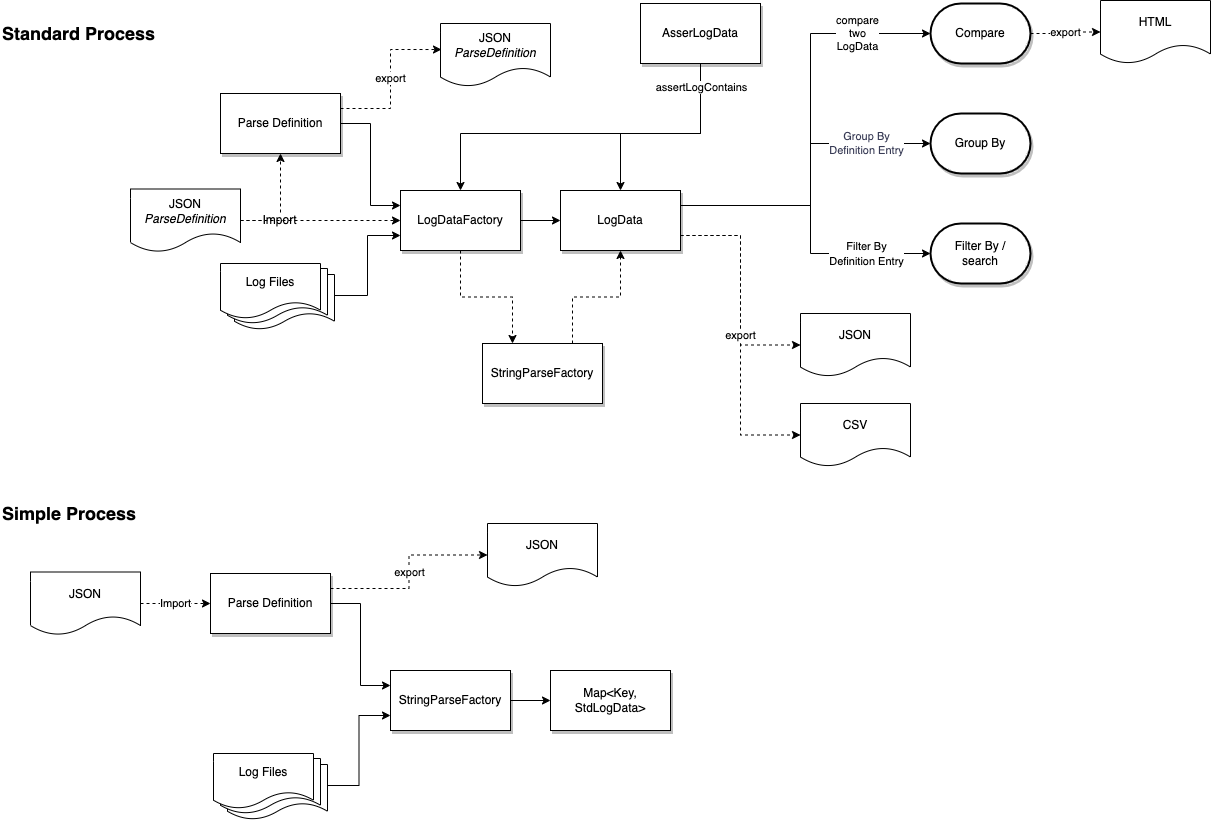
The draw.io diagram diagrams/Log_Parser-Processes.png in adobe/log-parser, before a commit. Source tidied: cells renumbered, new cells last; positions are measured from the earlier drawing's top-left corner, leaving out a move shared by most shapes.
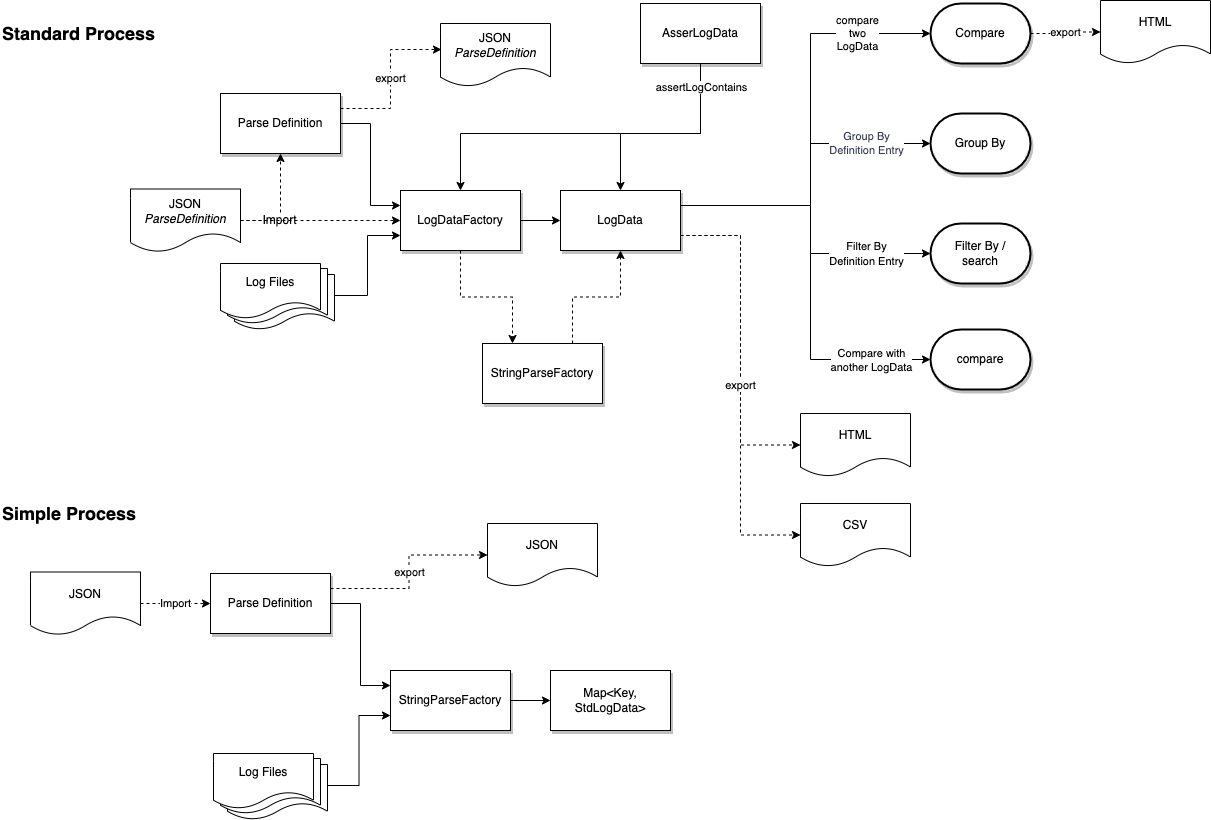
The same file after the commit.

Change to the diagram source:
```diff
@@ -56,6 +56,19 @@
         </Array>
       </mxGeometry>
     </mxCell>
+    <mxCell id="54" style="edgeStyle=orthogonalEdgeStyle;rounded=0;jettySize=auto;html=1;exitX=1;exitY=0.25;exitDx=0;exitDy=0;entryX=0;entryY=0.5;entryDx=0;entryDy=0;entryPerimeter=0;" parent="1" edge="1" source="14" target="56">
+      <mxGeometry relative="1" as="geometry">
+        <Array as="points">
+          <mxPoint x="810" y="205" />
+          <mxPoint x="810" y="359" />
+        </Array>
+      </mxGeometry>
+    </mxCell>
+    <mxCell id="55" value="Compare with &lt;br&gt;another LogData" style="edgeLabel;html=1;align=center;verticalAlign=middle;" parent="54" vertex="1">
+      <mxGeometry x="0.58" y="4" relative="1" as="geometry">
+        <mxPoint x="25" y="4" as="offset" />
+      </mxGeometry>
+    </mxCell>
     <mxCell id="14" value="LogData" style="rounded=0;whiteSpace=wrap;html=1;shadow=1;labelBackgroundColor=#FFFFFF;" parent="1" vertex="1">
       <mxGeometry x="560" y="190" width="120" height="60" as="geometry" />
     </mxCell>
@@ -176,11 +189,11 @@
     <mxCell id="48" style="edgeStyle=orthogonalEdgeStyle;rounded=0;jettySize=auto;html=1;exitX=1;exitY=0.5;exitDx=0;exitDy=0;entryX=0;entryY=0.5;entryDx=0;entryDy=0;labelBackgroundColor=#FFFFFF;strokeColor=#000000;fontSize=12;dashed=1;" parent="1" edge="1" source="38" target="6">
       <mxGeometry relative="1" as="geometry" />
     </mxCell>
-    <mxCell id="49" value="JSON" style="shape=document;whiteSpace=wrap;html=1;boundedLbl=1;labelBackgroundColor=#FFFFFF;strokeColor=#000000;fillColor=#FFFFFF;fontSize=12;align=center;" parent="1" vertex="1">
-      <mxGeometry x="800" y="313" width="110" height="63" as="geometry" />
+    <mxCell id="49" value="HTML" style="shape=document;whiteSpace=wrap;html=1;boundedLbl=1;labelBackgroundColor=#FFFFFF;strokeColor=#000000;fillColor=#FFFFFF;fontSize=12;align=center;" parent="1" vertex="1">
+      <mxGeometry x="800" y="413" width="110" height="63" as="geometry" />
     </mxCell>
     <mxCell id="50" value="CSV" style="shape=document;whiteSpace=wrap;html=1;boundedLbl=1;labelBackgroundColor=#FFFFFF;strokeColor=#000000;fillColor=#FFFFFF;fontSize=12;align=center;" parent="1" vertex="1">
-      <mxGeometry x="800" y="403" width="110" height="63" as="geometry" />
+      <mxGeometry x="800" y="503" width="110" height="63" as="geometry" />
     </mxCell>
     <mxCell id="51" value="Compare" style="strokeWidth=2;html=1;shape=mxgraph.flowchart.terminator;whiteSpace=wrap;shadow=1;labelBackgroundColor=#FFFFFF;" parent="1" vertex="1">
       <mxGeometry x="930" y="3" width="100" height="60" as="geometry" />
@@ -191,5 +204,8 @@
     <mxCell id="53" value="HTML" style="shape=document;whiteSpace=wrap;html=1;boundedLbl=1;labelBackgroundColor=#FFFFFF;strokeColor=#000000;fillColor=#FFFFFF;fontSize=12;align=center;" parent="1" vertex="1">
       <mxGeometry x="1100" width="110" height="63" as="geometry" />
     </mxCell>
+    <mxCell id="56" value="compare" style="strokeWidth=2;html=1;shape=mxgraph.flowchart.terminator;whiteSpace=wrap;shadow=1;labelBackgroundColor=#FFFFFF;" parent="1" vertex="1">
+      <mxGeometry x="930" y="329" width="100" height="60" as="geometry" />
+    </mxCell>
   </root>
 </mxGraphModel>
```
